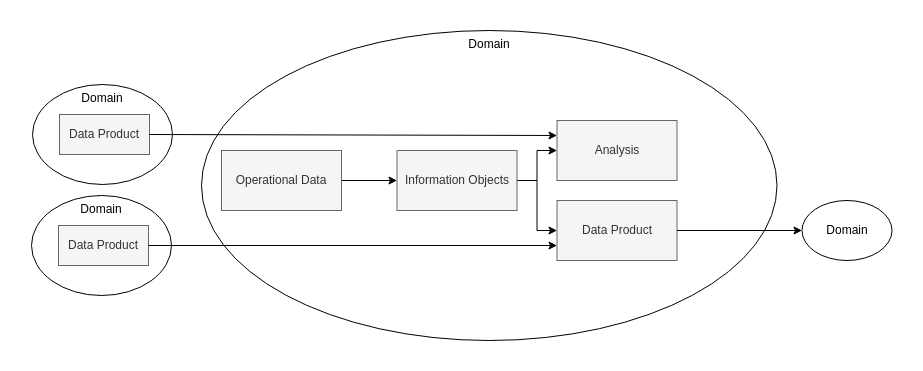
Above: diagrams/domainteamjourney_level4.drawio in datamesh-architecture/datamesh-architecture.com (draw.io), before the change. Source tidied: cells renumbered, new cells numbered last; positions are measured from the earlier drawing's top-left corner, leaving out a move shared by most shapes. Both pictures are drawn from the tidied source at 100%, with x=0, y=0 at pixel (17, 17).
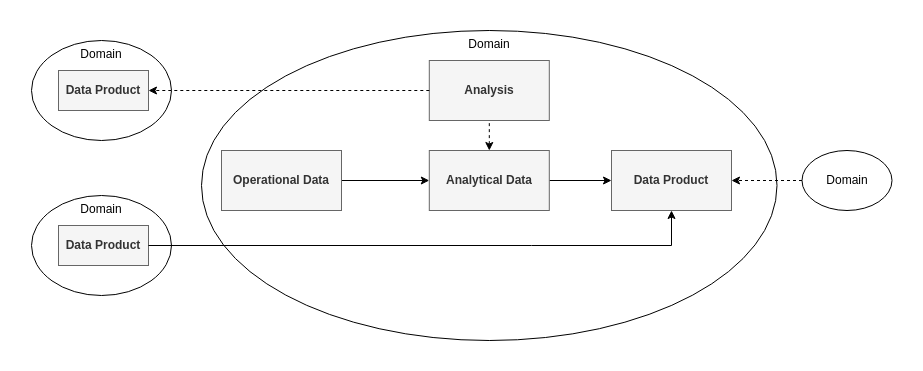
Above is the later version.

Change to the diagram source:
```diff
@@
-    <mxCell id="4" value="Analysis" style="rounded=0;whiteSpace=wrap;html=1;fillColor=#f5f5f5;fontColor=#333333;strokeColor=#666666;" parent="1" vertex="1">
-      <mxGeometry x="539.5" y="103" width="120" height="60" as="geometry" />
+    <mxCell id="4" value="Analysis" style="rounded=0;whiteSpace=wrap;html=1;fillColor=#f5f5f5;fontColor=#333333;strokeColor=#666666;fontStyle=1;" parent="1" vertex="1">
+      <mxGeometry x="411.8" y="43" width="120" height="60" as="geometry" />
     </mxCell>
-    <mxCell id="5" style="edgeStyle=orthogonalEdgeStyle;rounded=0;jettySize=auto;html=1;exitX=1;exitY=0.5;exitDx=0;exitDy=0;" parent="1" edge="1" source="8" target="4">
+    <mxCell id="5" style="rounded=0;jettySize=auto;html=1;exitX=0.5;exitY=0;exitDx=0;exitDy=0;startArrow=classic;startFill=1;endArrow=none;endFill=0;dashed=1;" parent="1" edge="1" source="8" target="4">
       <mxGeometry relative="1" as="geometry" />
     </mxCell>
-    <mxCell id="6" style="edgeStyle=orthogonalEdgeStyle;rounded=0;jettySize=auto;html=1;entryX=0;entryY=0.5;entryDx=0;entryDy=0;" parent="1" edge="1" source="8" target="10">
-      <mxGeometry relative="1" as="geometry">
-        <Array as="points">
-          <mxPoint x="519.5" y="163" />
-          <mxPoint x="519.5" y="213" />
-        </Array>
-      </mxGeometry>
+    <mxCell id="6" style="rounded=0;jettySize=auto;html=1;entryX=0;entryY=0.5;entryDx=0;entryDy=0;" parent="1" edge="1" source="8" target="10">
+      <mxGeometry relative="1" as="geometry" />
     </mxCell>
@@
-    <mxCell id="8" value="Information Objects" style="rounded=0;whiteSpace=wrap;html=1;fillColor=#f5f5f5;fontColor=#333333;strokeColor=#666666;" parent="1" vertex="1">
-      <mxGeometry x="379.5" y="133" width="120" height="60" as="geometry" />
+    <mxCell id="8" value="Analytical Data" style="rounded=0;whiteSpace=wrap;html=1;fillColor=#f5f5f5;fontColor=#333333;strokeColor=#666666;fontStyle=1;" parent="1" vertex="1">
+      <mxGeometry x="411.8" y="133" width="120" height="60" as="geometry" />
     </mxCell>
-    <mxCell id="9" value="Operational Data" style="rounded=0;whiteSpace=wrap;html=1;fillColor=#f5f5f5;fontColor=#333333;strokeColor=#666666;" parent="1" vertex="1">
+    <mxCell id="9" value="Operational Data" style="rounded=0;whiteSpace=wrap;html=1;fillColor=#f5f5f5;fontColor=#333333;strokeColor=#666666;fontStyle=1;" parent="1" vertex="1">
       <mxGeometry x="204" y="133" width="120" height="60" as="geometry" />
     </mxCell>
-    <mxCell id="10" value="Data Product" style="rounded=0;whiteSpace=wrap;html=1;fillColor=#f5f5f5;fontColor=#333333;strokeColor=#666666;" parent="1" vertex="1">
-      <mxGeometry x="539.5" y="183" width="120" height="60" as="geometry" />
+    <mxCell id="10" value="Data Product" style="rounded=0;whiteSpace=wrap;html=1;fillColor=#f5f5f5;fontColor=#333333;strokeColor=#666666;fontStyle=1;" parent="1" vertex="1">
+      <mxGeometry x="594" y="133" width="120" height="60" as="geometry" />
     </mxCell>
     <mxCell id="11" value="Domain" style="ellipse;whiteSpace=wrap;html=1;verticalAlign=middle;" parent="1" vertex="1">
-      <mxGeometry x="784.5" y="183" width="90" height="60" as="geometry" />
+      <mxGeometry x="784.5" y="133" width="90" height="60" as="geometry" />
     </mxCell>
-    <mxCell id="12" style="rounded=0;jettySize=auto;html=1;entryX=1;entryY=0.5;entryDx=0;entryDy=0;startArrow=classic;startFill=1;endArrow=none;endFill=0;exitX=0;exitY=0.5;exitDx=0;exitDy=0;" parent="1" edge="1" source="11" target="10">
+    <mxCell id="12" style="rounded=0;jettySize=auto;html=1;entryX=1;entryY=0.5;entryDx=0;entryDy=0;startArrow=none;startFill=0;endArrow=classic;endFill=1;exitX=0;exitY=0.5;exitDx=0;exitDy=0;dashed=1;" parent="1" edge="1" source="11" target="10">
       <mxGeometry relative="1" as="geometry" />
     </mxCell>
     <mxCell id="13" value="Domain" style="ellipse;whiteSpace=wrap;html=1;verticalAlign=top;" parent="1" vertex="1">
-      <mxGeometry x="15" y="67" width="140" height="100" as="geometry" />
+      <mxGeometry x="14" y="23" width="140" height="100" as="geometry" />
     </mxCell>
-    <mxCell id="14" value="Data Product" style="rounded=0;whiteSpace=wrap;html=1;fillColor=#f5f5f5;fontColor=#333333;strokeColor=#666666;" parent="1" vertex="1">
-      <mxGeometry x="42" y="97" width="90" height="40" as="geometry" />
+    <mxCell id="14" value="Data Product" style="rounded=0;whiteSpace=wrap;html=1;fillColor=#f5f5f5;fontColor=#333333;strokeColor=#666666;fontStyle=1;" parent="1" vertex="1">
+      <mxGeometry x="41" y="53" width="90" height="40" as="geometry" />
     </mxCell>
-    <mxCell id="15" style="rounded=0;jettySize=auto;html=1;startArrow=classic;startFill=1;endArrow=none;endFill=0;exitX=0;exitY=0.25;exitDx=0;exitDy=0;entryX=1;entryY=0.5;entryDx=0;entryDy=0;" parent="1" edge="1" source="4" target="14">
+    <mxCell id="15" style="rounded=0;jettySize=auto;html=1;startArrow=none;startFill=0;endArrow=classic;endFill=1;exitX=0;exitY=0.5;exitDx=0;exitDy=0;entryX=1;entryY=0.5;entryDx=0;entryDy=0;dashed=1;" parent="1" edge="1" source="4" target="14">
       <mxGeometry relative="1" as="geometry" />
     </mxCell>
@@
-    <mxCell id="17" value="Data Product" style="rounded=0;whiteSpace=wrap;html=1;fillColor=#f5f5f5;fontColor=#333333;strokeColor=#666666;" parent="1" vertex="1">
+    <mxCell id="17" value="Data Product" style="rounded=0;whiteSpace=wrap;html=1;fillColor=#f5f5f5;fontColor=#333333;strokeColor=#666666;fontStyle=1;" parent="1" vertex="1">
       <mxGeometry x="41" y="208" width="90" height="40" as="geometry" />
     </mxCell>
-    <mxCell id="18" style="rounded=0;jettySize=auto;html=1;entryX=1;entryY=0.5;entryDx=0;entryDy=0;startArrow=classic;startFill=1;endArrow=none;endFill=0;exitX=0;exitY=0.75;exitDx=0;exitDy=0;" parent="1" edge="1" source="10" target="17">
-      <mxGeometry relative="1" as="geometry" />
+    <mxCell id="18" style="rounded=0;jettySize=auto;html=1;entryX=1;entryY=0.5;entryDx=0;entryDy=0;startArrow=classic;startFill=1;endArrow=none;endFill=0;exitX=0.5;exitY=1;exitDx=0;exitDy=0;" parent="1" edge="1" source="10" target="17">
+      <mxGeometry relative="1" as="geometry">
+        <Array as="points">
+          <mxPoint x="654" y="228" />
+          <mxPoint x="514" y="228" />
+        </Array>
+      </mxGeometry>
     </mxCell>
```
